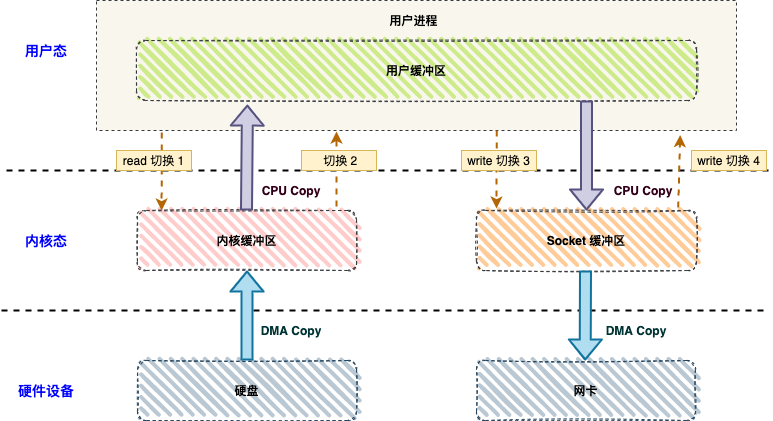
Before: pics/rocketmq/commonduxieliucheng.png, a diagram exported from draw.io (makemyownlife/makemyownlife.github.io). Source tidied: cells renumbered, new cells last; positions are measured from the earlier drawing's top-left corner, leaving out a move shared by most shapes. The source it was exported from:
```xml
<mxGraphModel>
  <root>
    <mxCell id="0" />
    <mxCell id="1" parent="0" />
    <mxCell id="2" style="rounded=0;whiteSpace=wrap;html=1;dashed=1;fillColor=#f9f7ed;strokeColor=#36393d;" parent="1" vertex="1">
      <mxGeometry x="95" width="640" height="130" as="geometry" />
    </mxCell>
    <mxCell id="3" value="&lt;font color=&quot;#0000ff&quot; style=&quot;font-size: 14px&quot;&gt;&lt;b&gt;用户态&lt;/b&gt;&lt;/font&gt;" style="text;html=1;strokeColor=none;fillColor=none;align=center;verticalAlign=middle;whiteSpace=wrap;rounded=0;" parent="1" vertex="1">
      <mxGeometry x="5" y="40" width="80" height="20" as="geometry" />
    </mxCell>
    <mxCell id="4" style="endArrow=none;html=1;dashed=1;strokeWidth=2;" parent="1" edge="1">
      <mxGeometry relative="1" as="geometry">
        <mxPoint x="5" y="170" as="sourcePoint" />
        <mxPoint x="770" y="170" as="targetPoint" />
      </mxGeometry>
    </mxCell>
    <mxCell id="5" value="&lt;b&gt;用户缓冲区&lt;/b&gt;" style="rounded=1;whiteSpace=wrap;html=1;strokeWidth=1;fillWeight=4;hachureGap=8;hachureAngle=45;fillColor=#cdeb8b;sketch=1;dashed=1;strokeColor=#36393d;" parent="1" vertex="1">
      <mxGeometry x="135" y="40" width="560" height="60" as="geometry" />
    </mxCell>
    <mxCell id="6" value="&lt;b&gt;用户进程&lt;/b&gt;" style="text;html=1;strokeColor=none;fillColor=none;align=center;verticalAlign=middle;whiteSpace=wrap;rounded=0;dashed=1;" parent="1" vertex="1">
      <mxGeometry x="370" y="10" width="85" height="20" as="geometry" />
    </mxCell>
    <mxCell id="7" value="&lt;font color=&quot;#0000ff&quot;&gt;&lt;span style=&quot;font-size: 14px&quot;&gt;&lt;b&gt;内核态&lt;/b&gt;&lt;/span&gt;&lt;/font&gt;" style="text;html=1;strokeColor=none;fillColor=none;align=center;verticalAlign=middle;whiteSpace=wrap;rounded=0;" parent="1" vertex="1">
      <mxGeometry x="5" y="230" width="80" height="20" as="geometry" />
    </mxCell>
    <mxCell id="8" value="&lt;b&gt;内核缓冲区&lt;/b&gt;" style="rounded=1;whiteSpace=wrap;html=1;strokeWidth=1;fillWeight=4;hachureGap=8;hachureAngle=45;fillColor=#ffcccc;sketch=1;dashed=1;strokeColor=#36393d;" parent="1" vertex="1">
      <mxGeometry x="136" y="210" width="219" height="60" as="geometry" />
    </mxCell>
    <mxCell id="9" value="&lt;b&gt;Socket 缓冲区&lt;/b&gt;" style="rounded=1;whiteSpace=wrap;html=1;strokeWidth=1;fillWeight=4;hachureGap=8;hachureAngle=45;fillColor=#ffcc99;sketch=1;dashed=1;strokeColor=#36393d;" parent="1" vertex="1">
      <mxGeometry x="475" y="210" width="220" height="60" as="geometry" />
    </mxCell>
    <mxCell id="10" value="&lt;font color=&quot;#0000ff&quot;&gt;&lt;span style=&quot;font-size: 14px&quot;&gt;&lt;b&gt;硬件设备&lt;/b&gt;&lt;/span&gt;&lt;/font&gt;" style="text;html=1;strokeColor=none;fillColor=none;align=center;verticalAlign=middle;whiteSpace=wrap;rounded=0;" parent="1" vertex="1">
      <mxGeometry x="5" y="380" width="80" height="20" as="geometry" />
    </mxCell>
    <mxCell id="11" style="endArrow=none;html=1;dashed=1;strokeWidth=2;" parent="1" edge="1">
      <mxGeometry relative="1" as="geometry">
        <mxPoint y="310" as="sourcePoint" />
        <mxPoint x="765" y="310" as="targetPoint" />
      </mxGeometry>
    </mxCell>
    <mxCell id="12" value="&lt;b&gt;硬盘&lt;/b&gt;" style="rounded=1;whiteSpace=wrap;html=1;strokeWidth=1;fillWeight=4;hachureGap=8;hachureAngle=45;fillColor=#bac8d3;sketch=1;dashed=1;strokeColor=#23445d;" parent="1" vertex="1">
      <mxGeometry x="136" y="360" width="219" height="60" as="geometry" />
    </mxCell>
    <mxCell id="13" value="&lt;b&gt;网卡&lt;/b&gt;" style="rounded=1;whiteSpace=wrap;html=1;strokeWidth=1;fillWeight=4;hachureGap=8;hachureAngle=45;fillColor=#bac8d3;sketch=1;dashed=1;strokeColor=#23445d;" parent="1" vertex="1">
      <mxGeometry x="475" y="360" width="219" height="60" as="geometry" />
    </mxCell>
    <mxCell id="14" style="shape=flexArrow;endArrow=classic;html=1;strokeWidth=2;entryX=0.5;entryY=1;entryDx=0;entryDy=0;fillColor=#b1ddf0;strokeColor=#10739e;" parent="1" edge="1" source="12" target="8">
      <mxGeometry relative="1" as="geometry" />
    </mxCell>
    <mxCell id="15" value="&lt;b&gt;&lt;font color=&quot;#003333&quot;&gt;DMA Copy&lt;/font&gt;&lt;/b&gt;" style="text;html=1;strokeColor=none;fillColor=none;align=center;verticalAlign=middle;whiteSpace=wrap;rounded=0;dashed=1;" parent="1" vertex="1">
      <mxGeometry x="245" y="320" width="90" height="20" as="geometry" />
    </mxCell>
    <mxCell id="16" style="shape=flexArrow;endArrow=classic;html=1;strokeWidth=2;fillColor=#b1ddf0;strokeColor=#10739e;exitX=0.5;exitY=1;exitDx=0;exitDy=0;" parent="1" edge="1">
      <mxGeometry relative="1" as="geometry">
        <mxPoint x="584" y="270" as="sourcePoint" />
        <mxPoint x="583.6" y="360" as="targetPoint" />
      </mxGeometry>
    </mxCell>
    <mxCell id="17" value="&lt;b&gt;&lt;font color=&quot;#003333&quot;&gt;DMA Copy&lt;/font&gt;&lt;/b&gt;" style="text;html=1;strokeColor=none;fillColor=none;align=center;verticalAlign=middle;whiteSpace=wrap;rounded=0;dashed=1;" parent="1" vertex="1">
      <mxGeometry x="590" y="320" width="90" height="20" as="geometry" />
    </mxCell>
    <mxCell id="18" style="shape=flexArrow;endArrow=classic;html=1;strokeWidth=2;entryX=0.198;entryY=1.067;entryDx=0;entryDy=0;fillColor=#d0cee2;strokeColor=#56517e;entryPerimeter=0;" parent="1" edge="1" target="5">
      <mxGeometry relative="1" as="geometry">
        <mxPoint x="245" y="210" as="sourcePoint" />
      </mxGeometry>
    </mxCell>
    <mxCell id="19" value="&lt;b&gt;&lt;font color=&quot;#33001a&quot;&gt;CPU Copy&lt;/font&gt;&lt;/b&gt;" style="text;html=1;strokeColor=none;fillColor=none;align=center;verticalAlign=middle;whiteSpace=wrap;rounded=0;dashed=1;" parent="1" vertex="1">
      <mxGeometry x="245" y="180" width="90" height="20" as="geometry" />
    </mxCell>
    <mxCell id="20" style="shape=flexArrow;endArrow=classic;html=1;strokeWidth=2;entryX=0.5;entryY=0;entryDx=0;entryDy=0;fillColor=#d0cee2;strokeColor=#56517e;" parent="1" edge="1" target="9">
      <mxGeometry relative="1" as="geometry">
        <mxPoint x="585" y="100" as="sourcePoint" />
      </mxGeometry>
    </mxCell>
    <mxCell id="21" value="&lt;b&gt;&lt;font color=&quot;#33001a&quot;&gt;CPU Copy&lt;/font&gt;&lt;/b&gt;" style="text;html=1;strokeColor=none;fillColor=none;align=center;verticalAlign=middle;whiteSpace=wrap;rounded=0;dashed=1;" parent="1" vertex="1">
      <mxGeometry x="596.5" y="180" width="90" height="20" as="geometry" />
    </mxCell>
    <mxCell id="22" style="endArrow=classic;html=1;strokeWidth=2;exitX=0.102;exitY=1.015;exitDx=0;exitDy=0;exitPerimeter=0;entryX=0.11;entryY=0;entryDx=0;entryDy=0;entryPerimeter=0;dashed=1;fillColor=#fad7ac;strokeColor=#b46504;" parent="1" edge="1" source="2" target="8">
      <mxGeometry relative="1" as="geometry" />
    </mxCell>
    <mxCell id="23" value="read 切换 1" style="rounded=0;whiteSpace=wrap;html=1;fillColor=#fff2cc;strokeColor=#d6b656;" parent="1" vertex="1">
      <mxGeometry x="115" y="150" width="75" height="20" as="geometry" />
    </mxCell>
    <mxCell id="24" style="endArrow=classic;html=1;strokeWidth=2;dashed=1;fillColor=#fad7ac;strokeColor=#b46504;" parent="1" edge="1">
      <mxGeometry relative="1" as="geometry">
        <mxPoint x="335" y="206" as="sourcePoint" />
        <mxPoint x="335" y="131" as="targetPoint" />
      </mxGeometry>
    </mxCell>
    <mxCell id="25" value="&amp;nbsp;切换 2" style="rounded=0;whiteSpace=wrap;html=1;fillColor=#fff2cc;strokeColor=#d6b656;" parent="1" vertex="1">
      <mxGeometry x="300" y="150" width="75" height="20" as="geometry" />
    </mxCell>
    <mxCell id="26" style="endArrow=classic;html=1;strokeWidth=2;exitX=0.102;exitY=1.015;exitDx=0;exitDy=0;exitPerimeter=0;entryX=0.11;entryY=0;entryDx=0;entryDy=0;entryPerimeter=0;dashed=1;fillColor=#fad7ac;strokeColor=#b46504;" parent="1" edge="1">
      <mxGeometry relative="1" as="geometry">
        <mxPoint x="495.2" y="130" as="sourcePoint" />
        <mxPoint x="495" y="208" as="targetPoint" />
      </mxGeometry>
    </mxCell>
    <mxCell id="27" value="write 切换 3" style="rounded=0;whiteSpace=wrap;html=1;fillColor=#fff2cc;strokeColor=#d6b656;" parent="1" vertex="1">
      <mxGeometry x="460" y="150" width="75" height="20" as="geometry" />
    </mxCell>
    <mxCell id="28" style="endArrow=classic;html=1;strokeWidth=2;exitX=0.917;exitY=-0.05;exitDx=0;exitDy=0;exitPerimeter=0;entryX=0.912;entryY=1.035;entryDx=0;entryDy=0;entryPerimeter=0;dashed=1;fillColor=#fad7ac;strokeColor=#b46504;" parent="1" edge="1" source="9" target="2">
      <mxGeometry relative="1" as="geometry" />
    </mxCell>
    <mxCell id="29" value="write 切换 4" style="rounded=0;whiteSpace=wrap;html=1;fillColor=#fff2cc;strokeColor=#d6b656;" parent="1" vertex="1">
      <mxGeometry x="690" y="150" width="75" height="20" as="geometry" />
    </mxCell>
  </root>
</mxGraphModel>
```
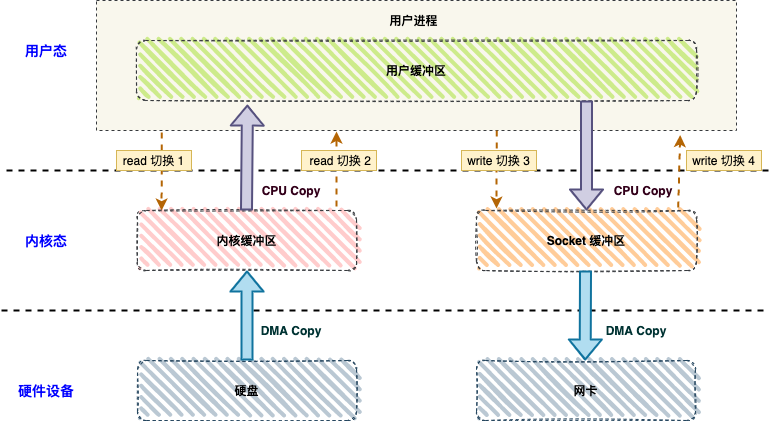
Later version of the same file.

Diff of the diagram source:
```diff
@@ -87,7 +87,7 @@
         <mxPoint x="335" y="131" as="targetPoint" />
       </mxGeometry>
     </mxCell>
-    <mxCell id="25" value="&amp;nbsp;切换 2" style="rounded=0;whiteSpace=wrap;html=1;fillColor=#fff2cc;strokeColor=#d6b656;" parent="1" vertex="1">
+    <mxCell id="25" value="&amp;nbsp;read 切换 2" style="rounded=0;whiteSpace=wrap;html=1;fillColor=#fff2cc;strokeColor=#d6b656;" parent="1" vertex="1">
       <mxGeometry x="300" y="150" width="75" height="20" as="geometry" />
     </mxCell>
     <mxCell id="26" style="endArrow=classic;html=1;strokeWidth=2;exitX=0.102;exitY=1.015;exitDx=0;exitDy=0;exitPerimeter=0;entryX=0.11;entryY=0;entryDx=0;entryDy=0;entryPerimeter=0;dashed=1;fillColor=#fad7ac;strokeColor=#b46504;" parent="1" edge="1">
@@ -103,7 +103,7 @@
       <mxGeometry relative="1" as="geometry" />
     </mxCell>
     <mxCell id="29" value="write 切换 4" style="rounded=0;whiteSpace=wrap;html=1;fillColor=#fff2cc;strokeColor=#d6b656;" parent="1" vertex="1">
-      <mxGeometry x="690" y="150" width="75" height="20" as="geometry" />
+      <mxGeometry x="685" y="150" width="75" height="20" as="geometry" />
     </mxCell>
   </root>
 </mxGraphModel>
```
